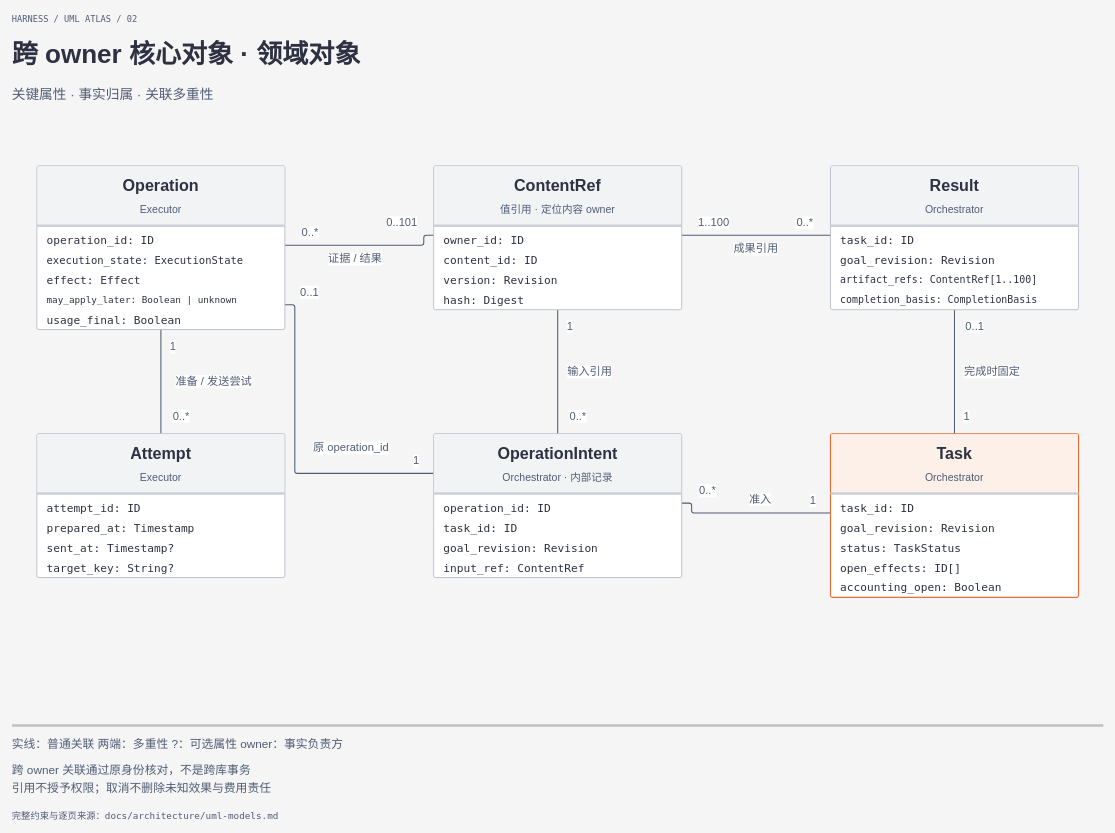
The draw.io diagram page "02 跨 owner 核心对象 · 领域对象" (2 of 20) of docs/architecture/diagrams/uml-models.drawio in ruipengliu/lerna, before the edit. Source tidied: cells renumbered, new cells numbered last; positions are measured from the earlier drawing's top-left corner, leaving out a move shared by most shapes. Both pictures are drawn from the tidied source at 62%, with x=0, y=0 at pixel (12, 11).
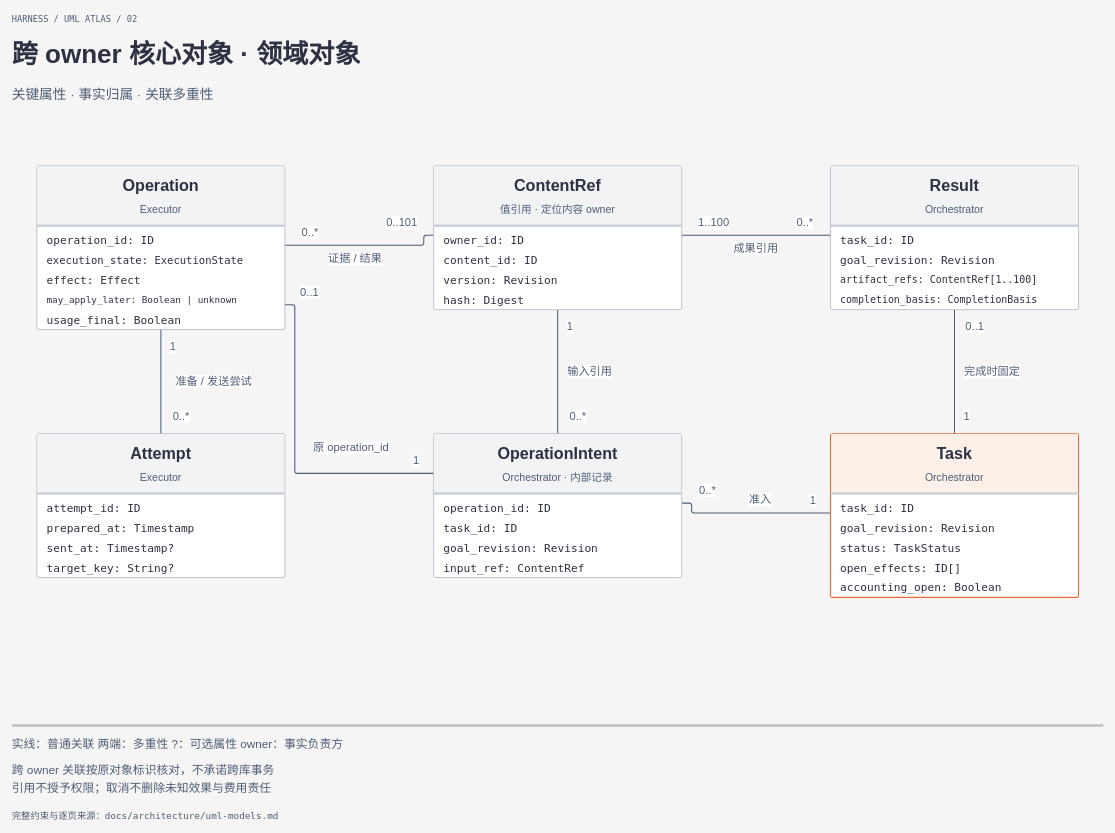
After the change.

What changed in the source:
```diff
@@
-    <mxCell id="91" value="跨 owner 关联通过原身份核对，不是跨库事务" style="text;html=0;whiteSpace=wrap;overflow=hidden;strokeColor=none;fillColor=none;align=left;verticalAlign=middle;spacing=0;fontFamily=Geist, PingFang SC, Microsoft YaHei;fontSize=19;fontColor=#4f5d75;fontStyle=0;" parent="1" vertex="1">
+    <mxCell id="91" value="跨 owner 关联按原对象标识核对，不承诺跨库事务" style="text;html=0;whiteSpace=wrap;overflow=hidden;strokeColor=none;fillColor=none;align=left;verticalAlign=middle;spacing=0;fontFamily=Geist, PingFang SC, Microsoft YaHei;fontSize=19;fontColor=#4f5d75;fontStyle=0;" parent="1" vertex="1">
       <mxGeometry y="1211" width="1760" height="28" as="geometry" />
     </mxCell>
```
